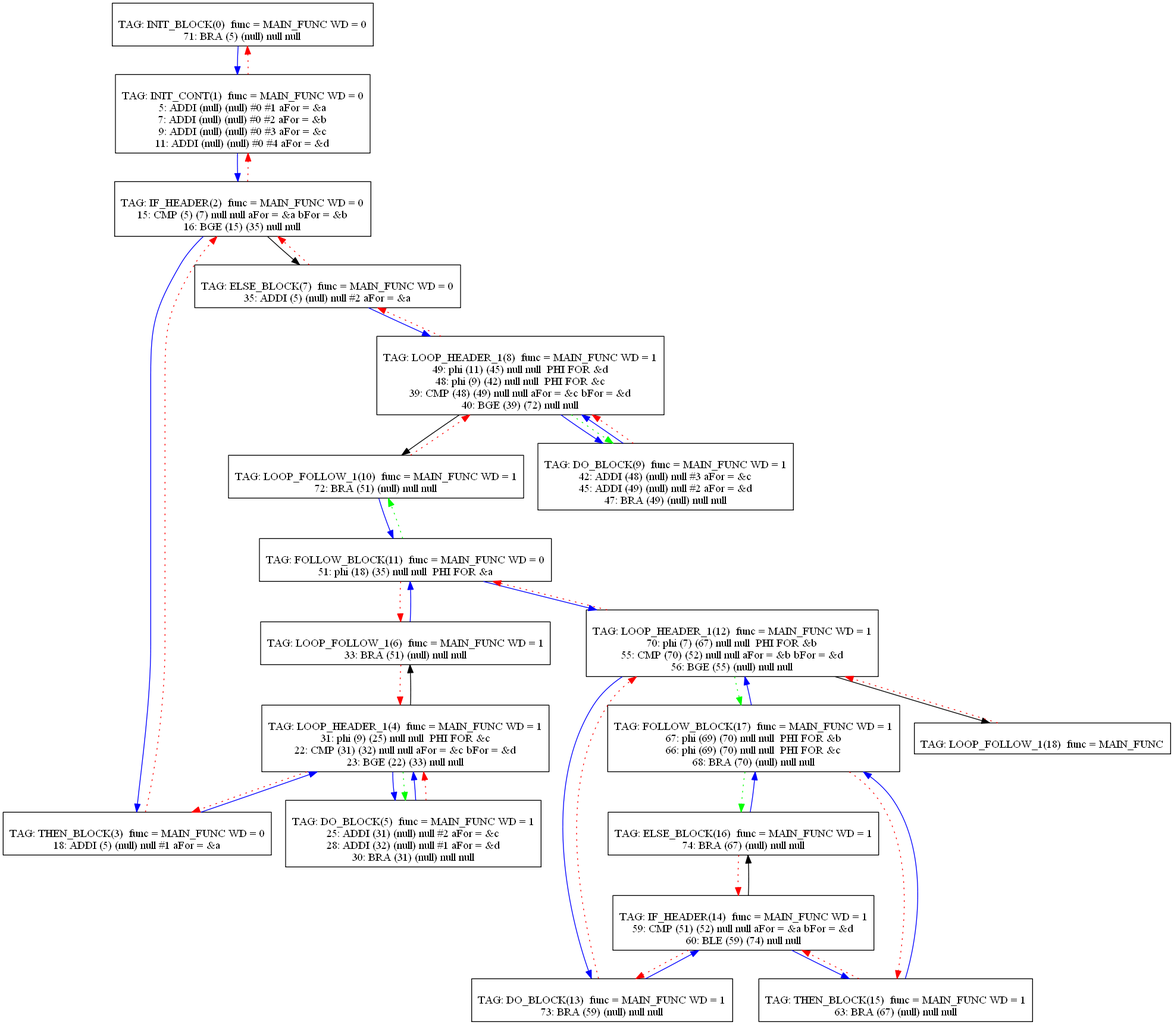
Earlier version of the Graphviz export Compiler/11graph.png (mbajaj92/Project-Astoria). Its source is kept beside it as Compiler/11graph.dot.
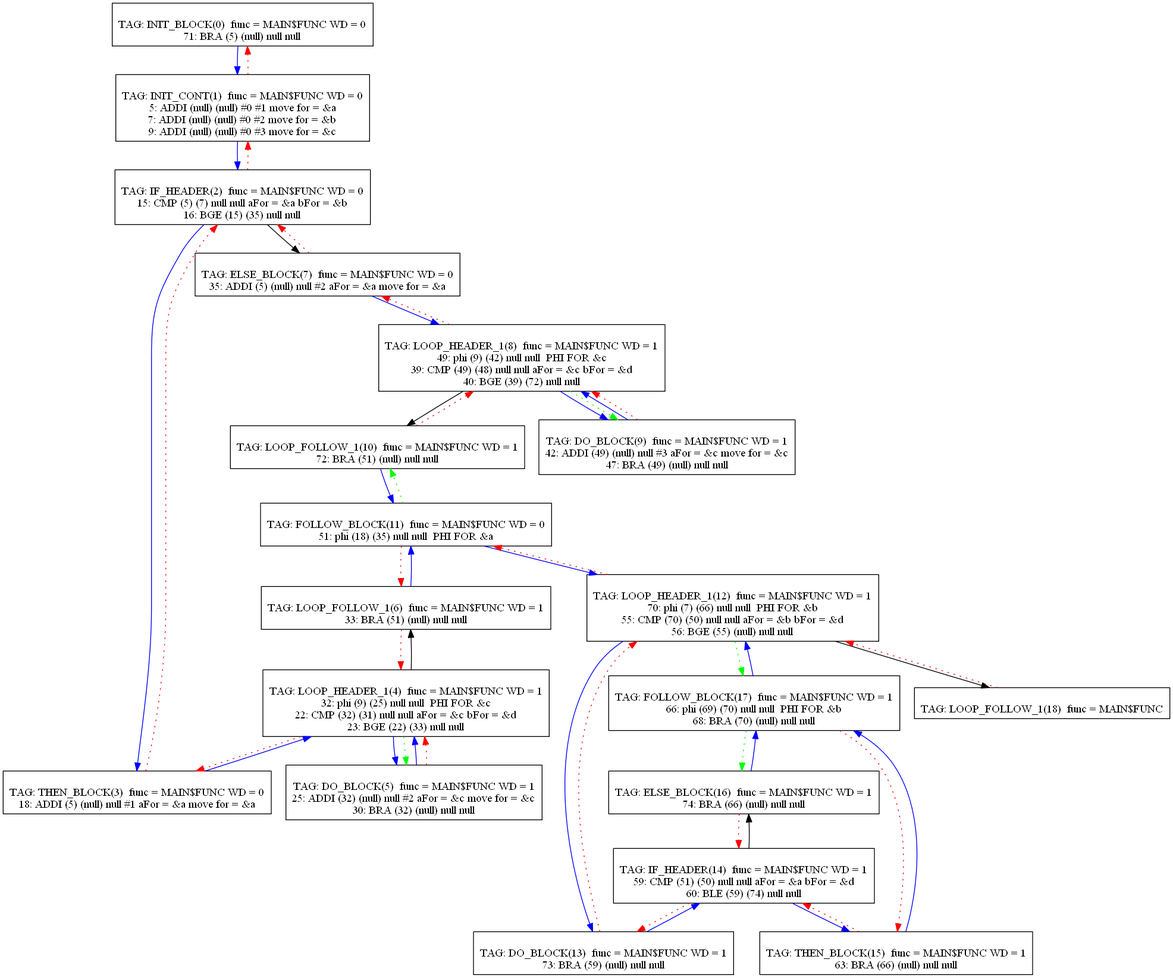
The same file after the commit.

What changed in the source:
```diff
@@ -1,22 +1,21 @@
 digraph {
 0[label="
-TAG: INIT_BLOCK(0)  func = MAIN_FUNC WD = 0
+TAG: INIT_BLOCK(0)  func = MAIN$FUNC WD = 0
 71: BRA (5) (null) null null
 "];
 0[shape=box];
 0 -> 1[color=blue]
 1[label="
-TAG: INIT_CONT(1)  func = MAIN_FUNC WD = 0
-5: ADDI (null) (null) #0 #1 aFor = &a
-7: ADDI (null) (null) #0 #2 aFor = &b
-9: ADDI (null) (null) #0 #3 aFor = &c
-11: ADDI (null) (null) #0 #4 aFor = &d
+TAG: INIT_CONT(1)  func = MAIN$FUNC WD = 0
+5: ADDI (null) (null) #0 #1 move for = &a
+7: ADDI (null) (null) #0 #2 move for = &b
+9: ADDI (null) (null) #0 #3 move for = &c
 "];
 1[shape=box];
 1 -> 2[color=blue]
 1 -> 0[color=red][style=dotted]
 2[label="
-TAG: IF_HEADER(2)  func = MAIN_FUNC WD = 0
+TAG: IF_HEADER(2)  func = MAIN$FUNC WD = 0
 15: CMP (5) (7) null null aFor = &a bFor = &b
 16: BGE (15) (35) null null
 "];
@@ -25,16 +24,16 @@
 2 -> 7[color=black]
 2 -> 1[color=red][style=dotted]
 3[label="
-TAG: THEN_BLOCK(3)  func = MAIN_FUNC WD = 0
-18: ADDI (5) (null) null #1 aFor = &a
+TAG: THEN_BLOCK(3)  func = MAIN$FUNC WD = 0
+18: ADDI (5) (null) null #1 aFor = &a move for = &a
 "];
 3[shape=box];
 3 -> 4[color=blue]
 3 -> 2[color=red][style=dotted]
 4[label="
-TAG: LOOP_HEADER_1(4)  func = MAIN_FUNC WD = 1
-31: phi (9) (25) null null  PHI FOR &c
-22: CMP (31) (32) null null aFor = &c bFor = &d
+TAG: LOOP_HEADER_1(4)  func = MAIN$FUNC WD = 1
+32: phi (9) (25) null null  PHI FOR &c
+22: CMP (32) (31) null null aFor = &c bFor = &d
 23: BGE (22) (33) null null
 "];
 4[shape=box];
@@ -43,33 +42,31 @@
 4 -> 3[color=red][style=dotted]
 4 -> 5[color=green][style=dotted]
 5[label="
-TAG: DO_BLOCK(5)  func = MAIN_FUNC WD = 1
-25: ADDI (31) (null) null #2 aFor = &c
-28: ADDI (32) (null) null #1 aFor = &d
-30: BRA (31) (null) null null
+TAG: DO_BLOCK(5)  func = MAIN$FUNC WD = 1
+25: ADDI (32) (null) null #2 aFor = &c move for = &c
+30: BRA (32) (null) null null
 "];
 5[shape=box];
 5 -> 4[color=blue]
 5 -> 4[color=red][style=dotted]
 6[label="
-TAG: LOOP_FOLLOW_1(6)  func = MAIN_FUNC WD = 1
+TAG: LOOP_FOLLOW_1(6)  func = MAIN$FUNC WD = 1
 33: BRA (51) (null) null null
 "];
 6[shape=box];
 6 -> 11[color=blue]
 6 -> 4[color=red][style=dotted]
 7[label="
-TAG: ELSE_BLOCK(7)  func = MAIN_FUNC WD = 0
-35: ADDI (5) (null) null #2 aFor = &a
+TAG: ELSE_BLOCK(7)  func = MAIN$FUNC WD = 0
+35: ADDI (5) (null) null #2 aFor = &a move for = &a
 "];
 7[shape=box];
 7 -> 8[color=blue]
 7 -> 2[color=red][style=dotted]
 8[label="
-TAG: LOOP_HEADER_1(8)  func = MAIN_FUNC WD = 1
-49: phi (11) (45) null null  PHI FOR &d
-48: phi (9) (42) null null  PHI FOR &c
-39: CMP (48) (49) null null aFor = &c bFor = &d
+TAG: LOOP_HEADER_1(8)  func = MAIN$FUNC WD = 1
+49: phi (9) (42) null null  PHI FOR &c
+39: CMP (49) (48) null null aFor = &c bFor = &d
 40: BGE (39) (72) null null
 "];
 8[shape=box];
@@ -78,23 +75,22 @@
 8 -> 7[color=red][style=dotted]
 8 -> 9[color=green][style=dotted]
 9[label="
-TAG: DO_BLOCK(9)  func = MAIN_FUNC WD = 1
-42: ADDI (48) (null) null #3 aFor = &c
-45: ADDI (49) (null) null #2 aFor = &d
+TAG: DO_BLOCK(9)  func = MAIN$FUNC WD = 1
+42: ADDI (49) (null) null #3 aFor = &c move for = &c
 47: BRA (49) (null) null null
 "];
 9[shape=box];
 9 -> 8[color=blue]
 9 -> 8[color=red][style=dotted]
 10[label="
-TAG: LOOP_FOLLOW_1(10)  func = MAIN_FUNC WD = 1
+TAG: LOOP_FOLLOW_1(10)  func = MAIN$FUNC WD = 1
 72: BRA (51) (null) null null
 "];
 10[shape=box];
 10 -> 11[color=blue]
 10 -> 8[color=red][style=dotted]
 11[label="
-TAG: FOLLOW_BLOCK(11)  func = MAIN_FUNC WD = 0
+TAG: FOLLOW_BLOCK(11)  func = MAIN$FUNC WD = 0
 51: phi (18) (35) null null  PHI FOR &a
 "];
 11[shape=box];
@@ -102,9 +98,9 @@
 11 -> 6[color=red][style=dotted]
 11 -> 10[color=green][style=dotted]
 12[label="
-TAG: LOOP_HEADER_1(12)  func = MAIN_FUNC WD = 1
-70: phi (7) (67) null null  PHI FOR &b
-55: CMP (70) (52) null null aFor = &b bFor = &d
+TAG: LOOP_HEADER_1(12)  func = MAIN$FUNC WD = 1
+70: phi (7) (66) null null  PHI FOR &b
+55: CMP (70) (50) null null aFor = &b bFor = &d
 56: BGE (55) (null) null null
 "];
 12[shape=box];
@@ -113,15 +109,15 @@
 12 -> 11[color=red][style=dotted]
 12 -> 17[color=green][style=dotted]
 13[label="
-TAG: DO_BLOCK(13)  func = MAIN_FUNC WD = 1
+TAG: DO_BLOCK(13)  func = MAIN$FUNC WD = 1
 73: BRA (59) (null) null null
 "];
 13[shape=box];
 13 -> 14[color=blue]
 13 -> 12[color=red][style=dotted]
 14[label="
-TAG: IF_HEADER(14)  func = MAIN_FUNC WD = 1
-59: CMP (51) (52) null null aFor = &a bFor = &d
+TAG: IF_HEADER(14)  func = MAIN$FUNC WD = 1
+59: CMP (51) (50) null null aFor = &a bFor = &d
 60: BLE (59) (74) null null
 "];
 14[shape=box];
@@ -129,23 +125,22 @@
 14 -> 16[color=black]
 14 -> 13[color=red][style=dotted]
 15[label="
-TAG: THEN_BLOCK(15)  func = MAIN_FUNC WD = 1
-63: BRA (67) (null) null null
+TAG: THEN_BLOCK(15)  func = MAIN$FUNC WD = 1
+63: BRA (66) (null) null null
 "];
 15[shape=box];
 15 -> 17[color=blue]
 15 -> 14[color=red][style=dotted]
 16[label="
-TAG: ELSE_BLOCK(16)  func = MAIN_FUNC WD = 1
-74: BRA (67) (null) null null
+TAG: ELSE_BLOCK(16)  func = MAIN$FUNC WD = 1
+74: BRA (66) (null) null null
 "];
 16[shape=box];
 16 -> 17[color=blue]
 16 -> 14[color=red][style=dotted]
 17[label="
-TAG: FOLLOW_BLOCK(17)  func = MAIN_FUNC WD = 1
-67: phi (69) (70) null null  PHI FOR &b
-66: phi (69) (70) null null  PHI FOR &c
+TAG: FOLLOW_BLOCK(17)  func = MAIN$FUNC WD = 1
+66: phi (69) (70) null null  PHI FOR &b
 68: BRA (70) (null) null null
 "];
 17[shape=box];
@@ -153,7 +148,7 @@
 17 -> 15[color=red][style=dotted]
 17 -> 16[color=green][style=dotted]
 18[label="
-TAG: LOOP_FOLLOW_1(18)  func = MAIN_FUNC
+TAG: LOOP_FOLLOW_1(18)  func = MAIN$FUNC
 "];
 18[shape=box];
 18 -> 12[color=red][style=dotted]
```
